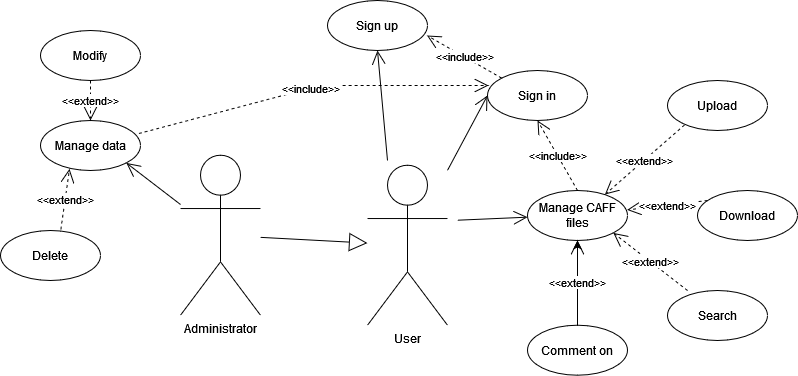
This is diagrams/functionality_usecase.png from VidarHUN/szamitogep-biztonsag, a draw.io export, as it was before one commit. Source tidied: cells renumbered, new cells last; positions are measured from the earlier drawing's top-left corner, leaving out a move shared by most shapes.
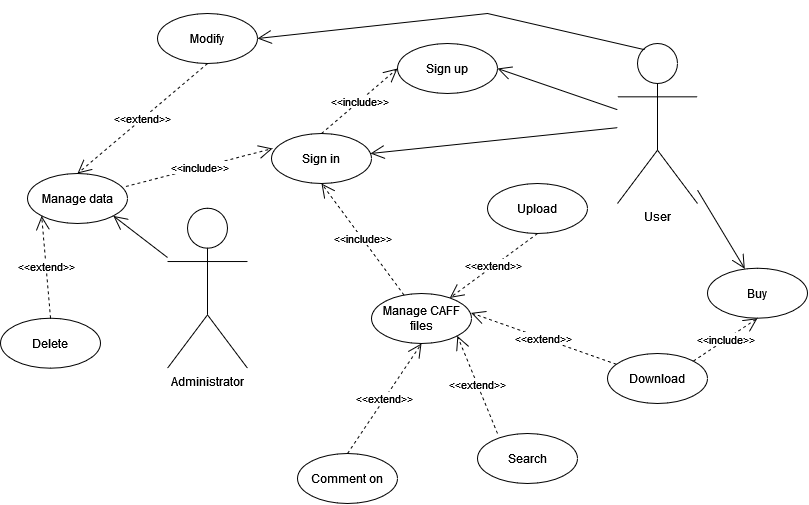
Above is the later version.

Commit message:
use case diagram update

The edit, as a diff of the source:
```diff
@@ -3,55 +3,42 @@
     <mxCell id="0" />
     <mxCell id="1" parent="0" />
     <mxCell id="2" value="&lt;div&gt;User&lt;/div&gt;" style="shape=umlActor;verticalLabelPosition=bottom;verticalAlign=top;html=1;" parent="1" vertex="1">
-      <mxGeometry x="367" y="164.7" width="80" height="160" as="geometry" />
+      <mxGeometry x="597" y="-10" width="80" height="160" as="geometry" />
     </mxCell>
     <mxCell id="3" value="&lt;div&gt;Sign up&lt;br&gt;&lt;/div&gt;" style="ellipse;whiteSpace=wrap;html=1;" parent="1" vertex="1">
-      <mxGeometry x="327" width="100" height="50" as="geometry" />
+      <mxGeometry x="377" y="-10" width="100" height="50" as="geometry" />
     </mxCell>
     <mxCell id="4" value="&lt;div&gt;Sign in&lt;/div&gt;" style="ellipse;whiteSpace=wrap;html=1;" parent="1" vertex="1">
-      <mxGeometry x="487" y="70" width="100" height="50" as="geometry" />
+      <mxGeometry x="251" y="80" width="100" height="50" as="geometry" />
     </mxCell>
     <mxCell id="5" value="Manage CAFF files" style="ellipse;whiteSpace=wrap;html=1;" parent="1" vertex="1">
-      <mxGeometry x="527" y="190" width="100" height="50" as="geometry" />
+      <mxGeometry x="351" y="240" width="100" height="50" as="geometry" />
     </mxCell>
-    <mxCell id="6" value="&lt;div&gt;&amp;lt;&amp;lt;include&amp;gt;&amp;gt;&lt;/div&gt;" style="endArrow=open;endSize=12;dashed=1;html=1;rounded=0;exitX=0.5;exitY=0;exitDx=0;exitDy=0;entryX=0.5;entryY=1;entryDx=0;entryDy=0;" parent="1" edge="1" source="5" target="4">
+    <mxCell id="6" value="&lt;div&gt;&amp;lt;&amp;lt;include&amp;gt;&amp;gt;&lt;/div&gt;" style="endArrow=open;endSize=12;dashed=1;html=1;rounded=0;entryX=0.5;entryY=1;entryDx=0;entryDy=0;" parent="1" edge="1" source="5" target="4">
       <mxGeometry relative="1" as="geometry" />
     </mxCell>
-    <mxCell id="7" value="&lt;div&gt;&amp;lt;&amp;lt;include&amp;gt;&amp;gt;&lt;/div&gt;" style="endArrow=open;endSize=12;dashed=1;html=1;rounded=0;exitX=0;exitY=0;exitDx=0;exitDy=0;entryX=0.995;entryY=0.7;entryDx=0;entryDy=0;entryPerimeter=0;" parent="1" edge="1" source="4" target="3">
+    <mxCell id="7" value="&lt;div&gt;&amp;lt;&amp;lt;include&amp;gt;&amp;gt;&lt;/div&gt;" style="endArrow=open;endSize=12;dashed=1;html=1;rounded=0;exitX=0.5;exitY=0;exitDx=0;exitDy=0;entryX=0;entryY=0.5;entryDx=0;entryDy=0;" parent="1" edge="1" source="4" target="3">
       <mxGeometry relative="1" as="geometry" />
     </mxCell>
-    <mxCell id="8" style="endArrow=open;endFill=1;endSize=12;html=1;rounded=0;entryX=0.5;entryY=1;entryDx=0;entryDy=0;" parent="1" edge="1" target="3">
-      <mxGeometry relative="1" as="geometry">
-        <mxPoint x="387" y="160" as="sourcePoint" />
-      </mxGeometry>
-    </mxCell>
-    <mxCell id="9" style="endArrow=open;endFill=1;endSize=12;html=1;rounded=0;entryX=0;entryY=0.5;entryDx=0;entryDy=0;" parent="1" edge="1" source="2" target="4">
+    <mxCell id="9" style="endArrow=open;endFill=1;endSize=12;html=1;rounded=0;" parent="1" edge="1" source="2" target="4">
       <mxGeometry relative="1" as="geometry" />
     </mxCell>
-    <mxCell id="10" style="endArrow=open;endFill=1;endSize=12;html=1;rounded=0;" parent="1" edge="1" target="5">
-      <mxGeometry relative="1" as="geometry">
-        <mxPoint x="457" y="219.7" as="sourcePoint" />
-      </mxGeometry>
-    </mxCell>
     <mxCell id="11" value="Download" style="ellipse;whiteSpace=wrap;html=1;" parent="1" vertex="1">
-      <mxGeometry x="697" y="190" width="100" height="50" as="geometry" />
+      <mxGeometry x="587" y="300" width="100" height="50" as="geometry" />
     </mxCell>
     <mxCell id="12" value="Search" style="ellipse;whiteSpace=wrap;html=1;" parent="1" vertex="1">
-      <mxGeometry x="667" y="290" width="100" height="50" as="geometry" />
+      <mxGeometry x="457" y="380" width="100" height="50" as="geometry" />
     </mxCell>
-    <mxCell id="13" style="edgeStyle=orthogonalEdgeStyle;rounded=0;jettySize=auto;html=1;" parent="1" edge="1" source="14" target="5">
-      <mxGeometry relative="1" as="geometry" />
-    </mxCell>
     <mxCell id="14" value="Comment on" style="ellipse;whiteSpace=wrap;html=1;" parent="1" vertex="1">
-      <mxGeometry x="527" y="324.7" width="100" height="50" as="geometry" />
+      <mxGeometry x="277" y="400" width="100" height="50" as="geometry" />
     </mxCell>
     <mxCell id="15" value="Upload" style="ellipse;whiteSpace=wrap;html=1;" parent="1" vertex="1">
-      <mxGeometry x="667" y="80" width="100" height="50" as="geometry" />
+      <mxGeometry x="467" y="130" width="100" height="50" as="geometry" />
     </mxCell>
-    <mxCell id="16" value="&lt;div&gt;&amp;lt;&amp;lt;extend&amp;gt;&amp;gt;&lt;/div&gt;" style="endArrow=open;endSize=12;dashed=1;html=1;rounded=0;entryX=0.774;entryY=0.081;entryDx=0;entryDy=0;entryPerimeter=0;exitX=0.17;exitY=0.888;exitDx=0;exitDy=0;exitPerimeter=0;" parent="1" edge="1" source="15" target="5">
+    <mxCell id="16" value="&lt;div&gt;&amp;lt;&amp;lt;extend&amp;gt;&amp;gt;&lt;/div&gt;" style="endArrow=open;endSize=12;dashed=1;html=1;rounded=0;exitX=0.5;exitY=1;exitDx=0;exitDy=0;" parent="1" edge="1" source="15" target="5">
       <mxGeometry relative="1" as="geometry" />
     </mxCell>
-    <mxCell id="17" value="&lt;div&gt;&amp;lt;&amp;lt;extend&amp;gt;&amp;gt;&lt;/div&gt;" style="endArrow=open;endSize=12;dashed=1;html=1;rounded=0;entryX=0.996;entryY=0.388;entryDx=0;entryDy=0;entryPerimeter=0;exitX=0.1;exitY=0.2;exitDx=0;exitDy=0;exitPerimeter=0;" parent="1" edge="1" source="11" target="5">
+    <mxCell id="17" value="&lt;div&gt;&amp;lt;&amp;lt;extend&amp;gt;&amp;gt;&lt;/div&gt;" style="endArrow=open;endSize=12;dashed=1;html=1;rounded=0;entryX=0.996;entryY=0.388;entryDx=0;entryDy=0;entryPerimeter=0;" parent="1" edge="1" source="11" target="5">
       <mxGeometry relative="1" as="geometry" />
     </mxCell>
     <mxCell id="18" value="&lt;div&gt;&amp;lt;&amp;lt;extend&amp;gt;&amp;gt;&lt;/div&gt;" style="endArrow=open;endSize=12;dashed=1;html=1;rounded=0;entryX=1;entryY=1;entryDx=0;entryDy=0;exitX=0.2;exitY=0;exitDx=0;exitDy=0;exitPerimeter=0;" parent="1" edge="1" source="12" target="5">
@@ -61,35 +48,47 @@
       <mxGeometry relative="1" as="geometry" />
     </mxCell>
     <mxCell id="20" value="&lt;div&gt;Administrator&lt;/div&gt;" style="shape=umlActor;verticalLabelPosition=bottom;verticalAlign=top;html=1;" parent="1" vertex="1">
-      <mxGeometry x="180" y="154.7" width="80" height="160" as="geometry" />
+      <mxGeometry x="147" y="154.7" width="80" height="160" as="geometry" />
     </mxCell>
-    <mxCell id="21" style="endArrow=block;endSize=16;endFill=0;html=1;rounded=0;" parent="1" edge="1" source="20" target="2">
-      <mxGeometry relative="1" as="geometry" />
-    </mxCell>
     <mxCell id="22" value="Manage data" style="ellipse;whiteSpace=wrap;html=1;" parent="1" vertex="1">
-      <mxGeometry x="40" y="120" width="100" height="50" as="geometry" />
+      <mxGeometry x="7" y="120" width="100" height="50" as="geometry" />
     </mxCell>
     <mxCell id="23" value="&lt;div&gt;&amp;lt;&amp;lt;include&amp;gt;&amp;gt;&lt;/div&gt;" style="endArrow=open;endSize=12;dashed=1;html=1;rounded=0;exitX=0.983;exitY=0.26;exitDx=0;exitDy=0;exitPerimeter=0;entryX=0.01;entryY=0.3;entryDx=0;entryDy=0;entryPerimeter=0;" parent="1" edge="1" source="22" target="4">
-      <mxGeometry relative="1" as="geometry">
-        <Array as="points">
-          <mxPoint x="320" y="85" />
-        </Array>
-      </mxGeometry>
+      <mxGeometry relative="1" as="geometry" />
     </mxCell>
     <mxCell id="24" value="&lt;div&gt;Delete&lt;/div&gt;" style="ellipse;whiteSpace=wrap;html=1;" parent="1" vertex="1">
-      <mxGeometry y="230" width="100" height="50" as="geometry" />
+      <mxGeometry x="-20" y="264.7" width="100" height="50" as="geometry" />
     </mxCell>
     <mxCell id="25" value="Modify" style="ellipse;whiteSpace=wrap;html=1;" parent="1" vertex="1">
-      <mxGeometry x="40" y="30" width="100" height="50" as="geometry" />
+      <mxGeometry x="137" y="-40" width="100" height="50" as="geometry" />
     </mxCell>
     <mxCell id="26" value="&lt;div&gt;&amp;lt;&amp;lt;extend&amp;gt;&amp;gt;&lt;/div&gt;" style="endArrow=open;endSize=12;dashed=1;html=1;rounded=0;entryX=0.5;entryY=0;entryDx=0;entryDy=0;exitX=0.5;exitY=1;exitDx=0;exitDy=0;" parent="1" edge="1" source="25" target="22">
       <mxGeometry relative="1" as="geometry" />
     </mxCell>
-    <mxCell id="27" value="&lt;div&gt;&amp;lt;&amp;lt;extend&amp;gt;&amp;gt;&lt;/div&gt;" style="endArrow=open;endSize=12;dashed=1;html=1;rounded=0;entryX=0.29;entryY=0.967;entryDx=0;entryDy=0;exitX=0.603;exitY=-0.02;exitDx=0;exitDy=0;entryPerimeter=0;exitPerimeter=0;" parent="1" edge="1" source="24" target="22">
+    <mxCell id="27" value="&lt;div&gt;&amp;lt;&amp;lt;extend&amp;gt;&amp;gt;&lt;/div&gt;" style="endArrow=open;endSize=12;dashed=1;html=1;rounded=0;entryX=0;entryY=1;entryDx=0;entryDy=0;exitX=0.5;exitY=0;exitDx=0;exitDy=0;" parent="1" edge="1" source="24" target="22">
       <mxGeometry relative="1" as="geometry" />
     </mxCell>
     <mxCell id="28" style="endArrow=open;endFill=1;endSize=12;html=1;rounded=0;entryX=1;entryY=1;entryDx=0;entryDy=0;" parent="1" edge="1" source="20" target="22">
       <mxGeometry relative="1" as="geometry" />
     </mxCell>
+    <mxCell id="29" value="&lt;div&gt;Buy&lt;/div&gt;" style="ellipse;whiteSpace=wrap;html=1;" parent="1" vertex="1">
+      <mxGeometry x="687" y="214.7" width="100" height="50" as="geometry" />
+    </mxCell>
+    <mxCell id="30" value="&lt;div&gt;&amp;lt;&amp;lt;include&amp;gt;&amp;gt;&lt;/div&gt;" style="endArrow=open;endSize=12;dashed=1;html=1;rounded=0;entryX=0.5;entryY=1;entryDx=0;entryDy=0;exitX=1;exitY=0;exitDx=0;exitDy=0;" parent="1" edge="1" source="11" target="29">
+      <mxGeometry relative="1" as="geometry" />
+    </mxCell>
+    <mxCell id="31" style="endArrow=open;endFill=1;endSize=12;html=1;rounded=0;entryX=1;entryY=0.5;entryDx=0;entryDy=0;" parent="1" edge="1" source="2" target="3">
+      <mxGeometry relative="1" as="geometry" />
+    </mxCell>
+    <mxCell id="32" style="endArrow=open;endFill=1;endSize=12;html=1;rounded=0;exitX=0.341;exitY=0.039;exitDx=0;exitDy=0;exitPerimeter=0;entryX=1;entryY=0.5;entryDx=0;entryDy=0;" parent="1" edge="1" source="2" target="25">
+      <mxGeometry relative="1" as="geometry">
+        <Array as="points">
+          <mxPoint x="467" y="-40" />
+        </Array>
+      </mxGeometry>
+    </mxCell>
+    <mxCell id="33" style="endArrow=open;endFill=1;endSize=12;html=1;rounded=0;entryX=0.373;entryY=0.012;entryDx=0;entryDy=0;entryPerimeter=0;" parent="1" edge="1" source="2" target="29">
+      <mxGeometry relative="1" as="geometry" />
+    </mxCell>
   </root>
 </mxGraphModel>
```
